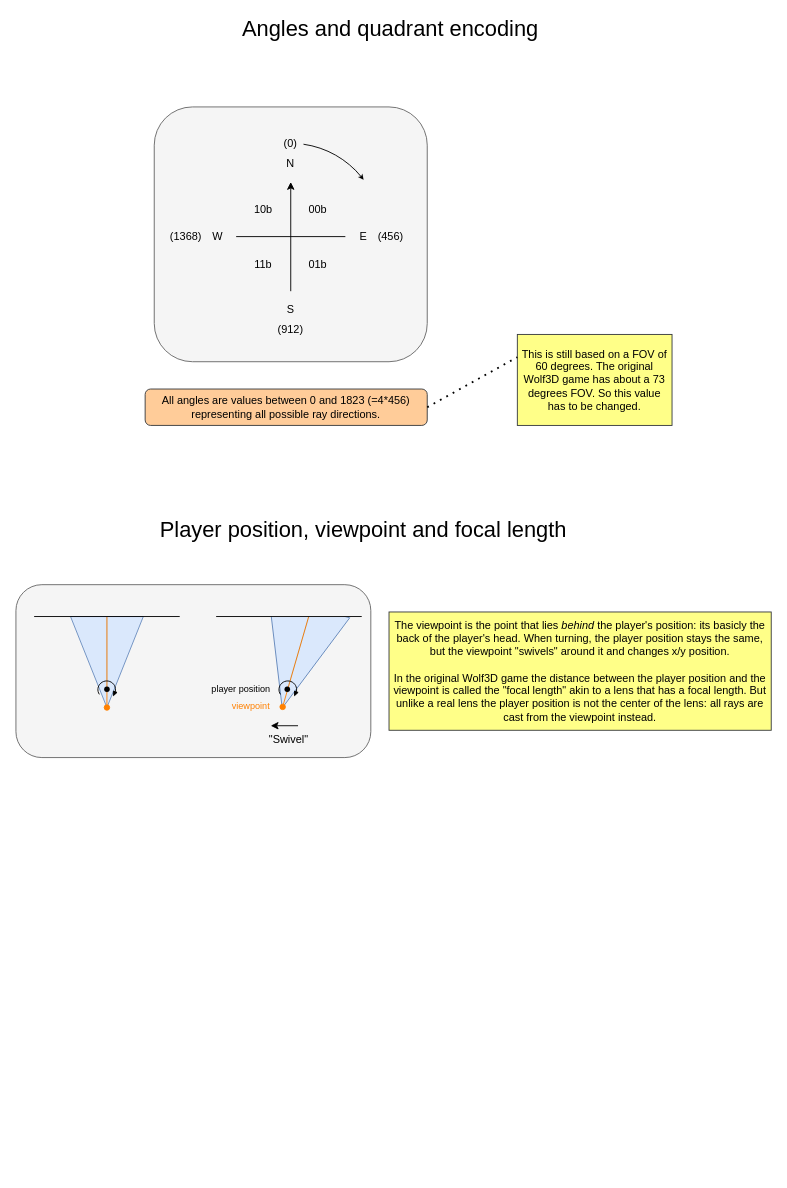
This is page "Definitions" (1 of 2) of docs/3DEngine.drawio from visual-trials/Wolf3D-X16-Demo, a draw.io file, before an edit. Source tidied: cells renumbered, new cells numbered last; positions are measured from the earlier drawing's top-left corner, leaving out a move shared by most shapes. Both pictures are drawn from the tidied source at 91%, with x=0, y=0 at pixel (15, 15).
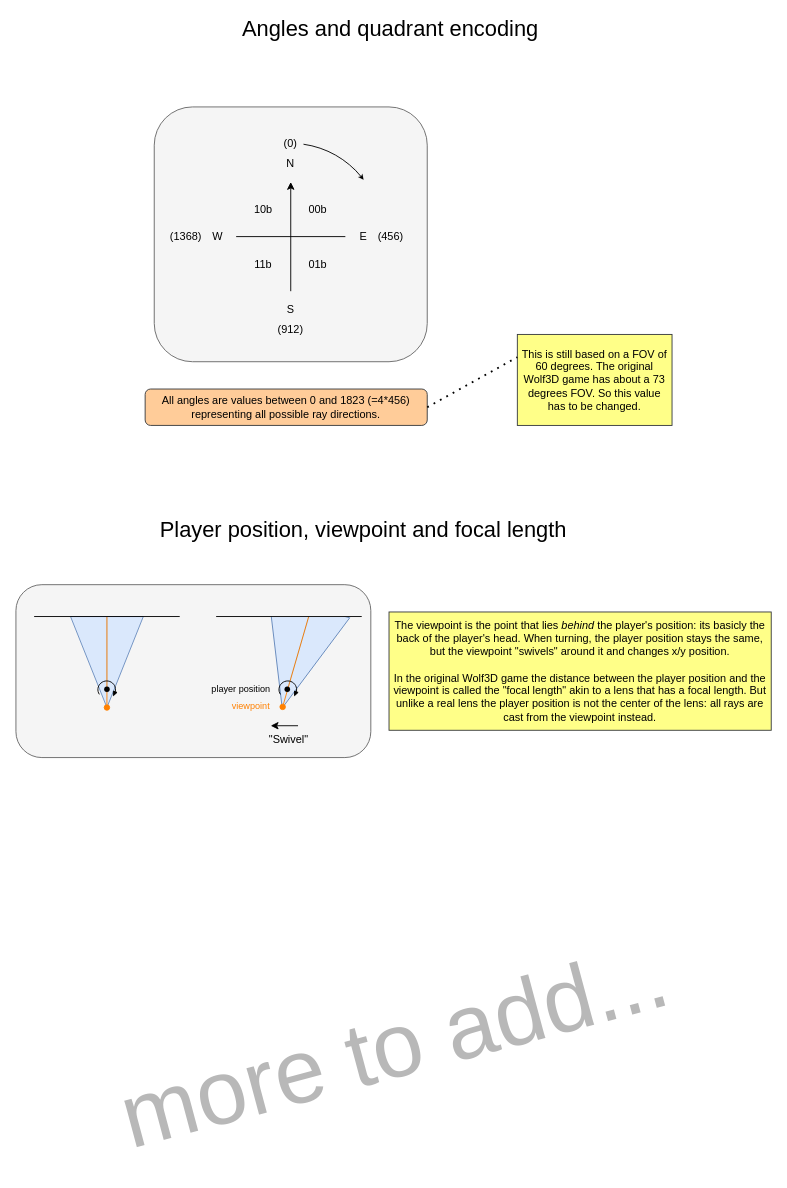
The same diagram, later.

Change to the diagram source:
```diff
@@
+    <mxCell id="41" value="more to add..." style="text;html=1;strokeColor=none;fillColor=none;align=center;verticalAlign=middle;whiteSpace=wrap;rounded=0;labelBackgroundColor=none;fontSize=100;fontColor=#B8B8B8;rotation=-15;" parent="1" vertex="1">
+      <mxGeometry x="100.6" y="1070" width="628.8" height="122" as="geometry" />
+    </mxCell>
```
